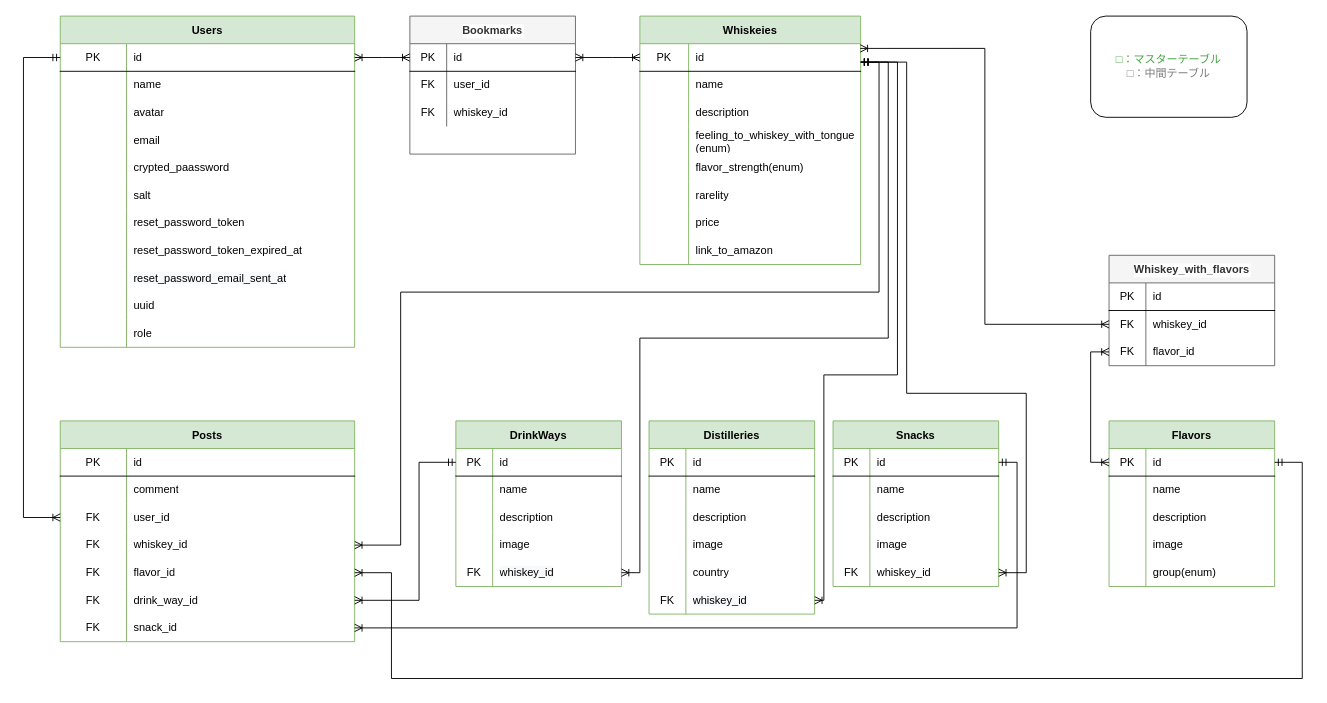
Above: Untitled Diagram.drawio in tarakish/whiskey_database (draw.io), before the change. Source tidied: cells renumbered, new cells numbered last; positions are measured from the earlier drawing's top-left corner, leaving out a move shared by most shapes. Both pictures are drawn from the tidied source at 92%, with x=0, y=0 at pixel (23, 16).
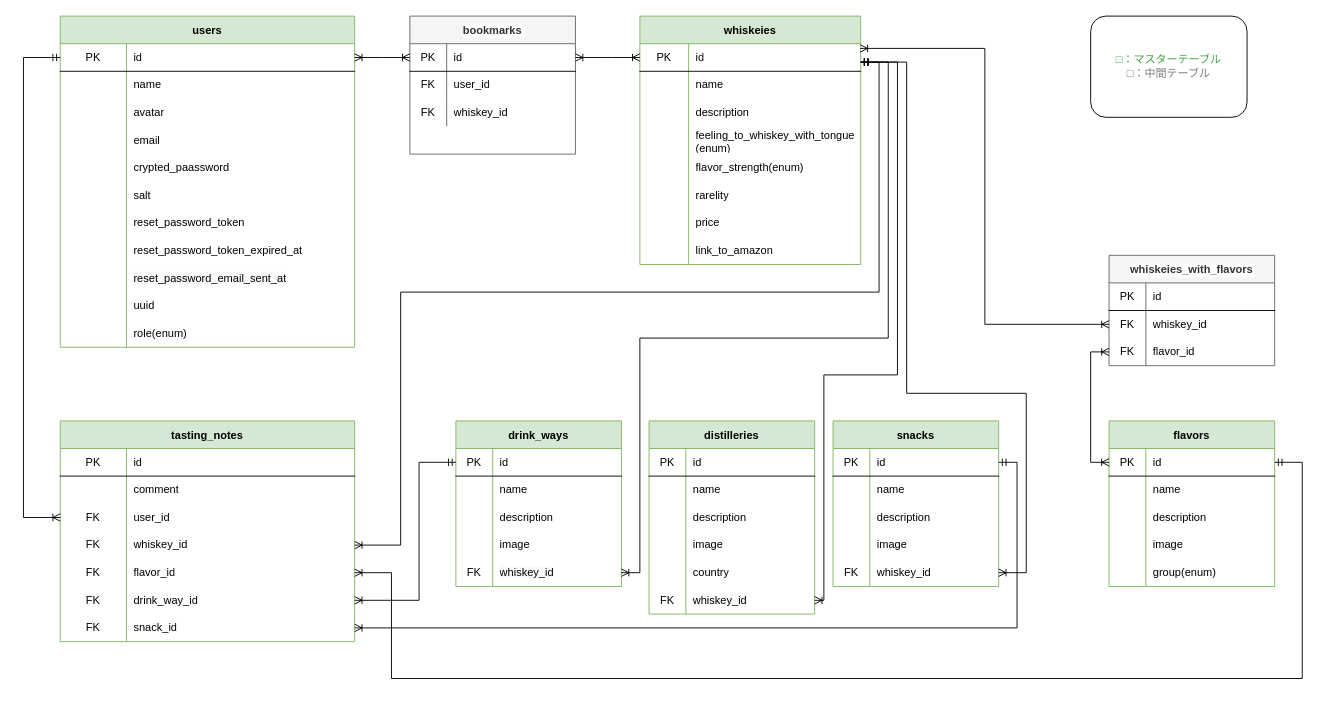
Above is the later version.

Unchanged cells that the change refers to:
```xml
<mxCell id="33" style="shape=partialRectangle;html=1;whiteSpace=wrap;fillColor=none;top=0;left=0;bottom=0;right=0;" parent="2" vertex="1">
  <mxGeometry y="330" width="320" height="30" as="geometry" />
</mxCell>
```

What changed in the source:
```diff
@@
-    <mxCell id="2" value="Users" style="shape=table;startSize=30;childLayout=tableLayout;rowLines=0;fontStyle=1;align=center;fillColor=#d5e8d4;strokeColor=#82b366;" parent="1" vertex="1">
+    <mxCell id="2" value="users" style="shape=table;startSize=30;childLayout=tableLayout;rowLines=0;fontStyle=1;align=center;fillColor=#d5e8d4;strokeColor=#82b366;" parent="1" vertex="1">
       <mxGeometry x="40" width="320" height="360" as="geometry" />
     </mxCell>
@@
-    <mxCell id="35" value="role" style="shape=partialRectangle;html=1;whiteSpace=wrap;fillColor=none;top=0;left=0;bottom=0;right=0;align=left;spacingLeft=6;overflow=hidden;" parent="33" vertex="1">
+    <mxCell id="35" value="role(enum)" style="shape=partialRectangle;html=1;whiteSpace=wrap;fillColor=none;top=0;left=0;bottom=0;right=0;align=left;spacingLeft=6;overflow=hidden;" parent="33" vertex="1">
       <mxGeometry x="72" width="248" height="30" as="geometry" />
     </mxCell>
-    <mxCell id="36" value="Flavors" style="shape=table;startSize=30;childLayout=tableLayout;rowLines=0;fontStyle=1;align=center;fillColor=#d5e8d4;strokeColor=#82b366;" parent="1" vertex="1">
+    <mxCell id="36" value="flavors" style="shape=table;startSize=30;childLayout=tableLayout;rowLines=0;fontStyle=1;align=center;fillColor=#d5e8d4;strokeColor=#82b366;" parent="1" vertex="1">
       <mxGeometry x="1180" y="440" width="180" height="180" as="geometry" />
     </mxCell>
@@
-    <mxCell id="52" value="Whiskeies" style="shape=table;startSize=30;childLayout=tableLayout;rowLines=0;fontStyle=1;align=center;fillColor=#d5e8d4;strokeColor=#82b366;" parent="1" vertex="1">
+    <mxCell id="52" value="whiskeies" style="shape=table;startSize=30;childLayout=tableLayout;rowLines=0;fontStyle=1;align=center;fillColor=#d5e8d4;strokeColor=#82b366;" parent="1" vertex="1">
       <mxGeometry x="670" width="240" height="270" as="geometry" />
     </mxCell>
@@
-    <mxCell id="77" value="DrinkWays" style="shape=table;startSize=30;childLayout=tableLayout;rowLines=0;fontStyle=1;align=center;fillColor=#d5e8d4;strokeColor=#82b366;" parent="1" vertex="1">
+    <mxCell id="77" value="drink_ways" style="shape=table;startSize=30;childLayout=tableLayout;rowLines=0;fontStyle=1;align=center;fillColor=#d5e8d4;strokeColor=#82b366;" parent="1" vertex="1">
       <mxGeometry x="470" y="440" width="180" height="180" as="geometry" />
     </mxCell>
@@
-    <mxCell id="93" value="Distilleries" style="shape=table;startSize=30;childLayout=tableLayout;rowLines=0;fontStyle=1;align=center;fillColor=#d5e8d4;strokeColor=#82b366;" parent="1" vertex="1">
+    <mxCell id="93" value="distilleries" style="shape=table;startSize=30;childLayout=tableLayout;rowLines=0;fontStyle=1;align=center;fillColor=#d5e8d4;strokeColor=#82b366;" parent="1" vertex="1">
       <mxGeometry x="680" y="440" width="180" height="210" as="geometry" />
     </mxCell>
@@
-    <mxCell id="112" value="Snacks" style="shape=table;startSize=30;childLayout=tableLayout;rowLines=0;fontStyle=1;align=center;fillColor=#d5e8d4;strokeColor=#82b366;" parent="1" vertex="1">
+    <mxCell id="112" value="snacks" style="shape=table;startSize=30;childLayout=tableLayout;rowLines=0;fontStyle=1;align=center;fillColor=#d5e8d4;strokeColor=#82b366;" parent="1" vertex="1">
       <mxGeometry x="880" y="440" width="180" height="180" as="geometry" />
     </mxCell>
@@
-    <mxCell id="128" value="Whiskey_with_flavors" style="shape=table;startSize=30;childLayout=tableLayout;rowLines=0;fontStyle=1;align=center;labelBackgroundColor=default;fillColor=#f5f5f5;fontColor=#333333;strokeColor=#666666;" parent="1" vertex="1">
+    <mxCell id="128" value="whiskeies_with_flavors" style="shape=table;startSize=30;childLayout=tableLayout;rowLines=0;fontStyle=1;align=center;labelBackgroundColor=default;fillColor=#f5f5f5;fontColor=#333333;strokeColor=#666666;" parent="1" vertex="1">
       <mxGeometry x="1180" y="260" width="180" height="120" as="geometry" />
     </mxCell>
@@
-    <mxCell id="138" value="Posts" style="shape=table;startSize=30;childLayout=tableLayout;rowLines=0;fontStyle=1;align=center;fillColor=#d5e8d4;strokeColor=#82b366;" parent="1" vertex="1">
+    <mxCell id="138" value="tasting_notes" style="shape=table;startSize=30;childLayout=tableLayout;rowLines=0;fontStyle=1;align=center;fillColor=#d5e8d4;strokeColor=#82b366;" parent="1" vertex="1">
       <mxGeometry x="40" y="440" width="320" height="240" as="geometry" />
     </mxCell>
@@
-    <mxCell id="160" value="Bookmarks" style="shape=table;startSize=30;childLayout=tableLayout;rowLines=0;fontStyle=1;align=center;labelBackgroundColor=default;fillColor=#f5f5f5;fontColor=#333333;strokeColor=#666666;" parent="1" vertex="1">
+    <mxCell id="160" value="bookmarks" style="shape=table;startSize=30;childLayout=tableLayout;rowLines=0;fontStyle=1;align=center;labelBackgroundColor=default;fillColor=#f5f5f5;fontColor=#333333;strokeColor=#666666;" parent="1" vertex="1">
       <mxGeometry x="420" width="180" height="150" as="geometry" />
     </mxCell>
```
